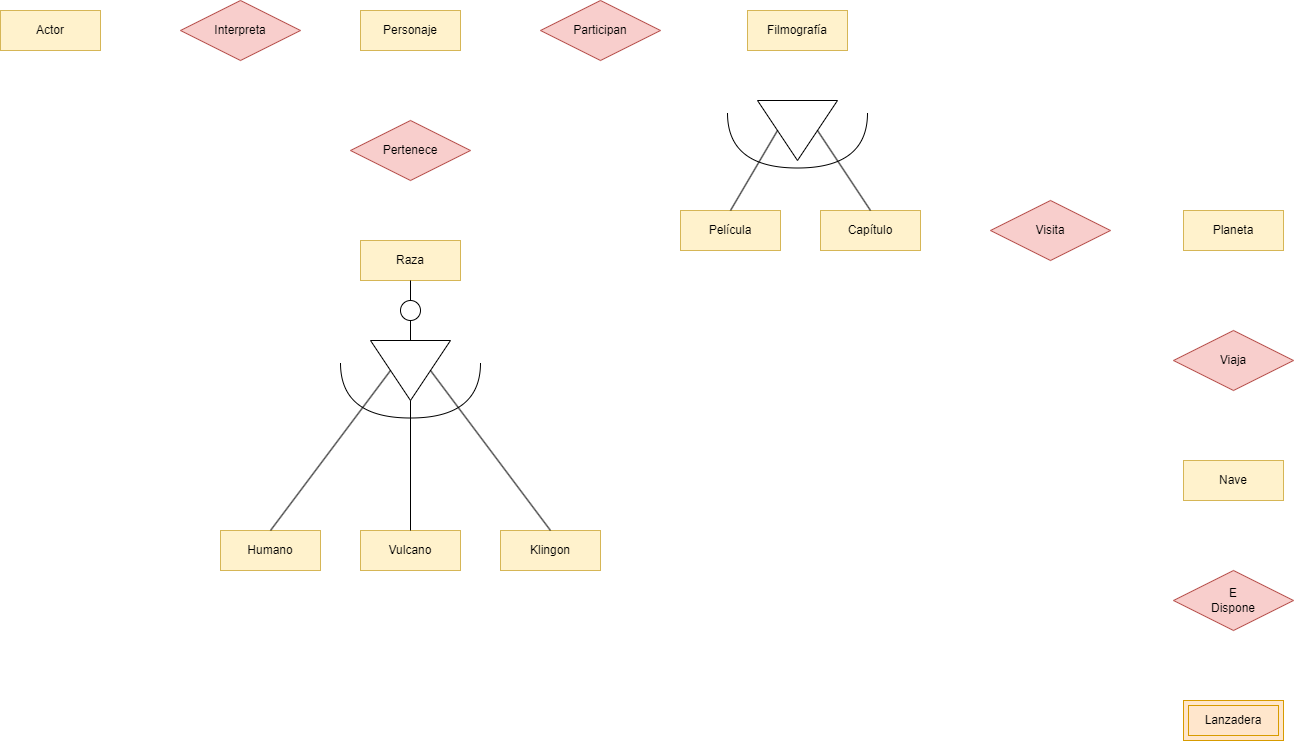
This is TAREAS/Tarea4/ER.StarTrek.drawio.png from samugd17/base-datos-bae-, a draw.io export, as it was before one commit. Source tidied: cells renumbered, new cells last; positions are measured from the earlier drawing's top-left corner, leaving out a move shared by most shapes.
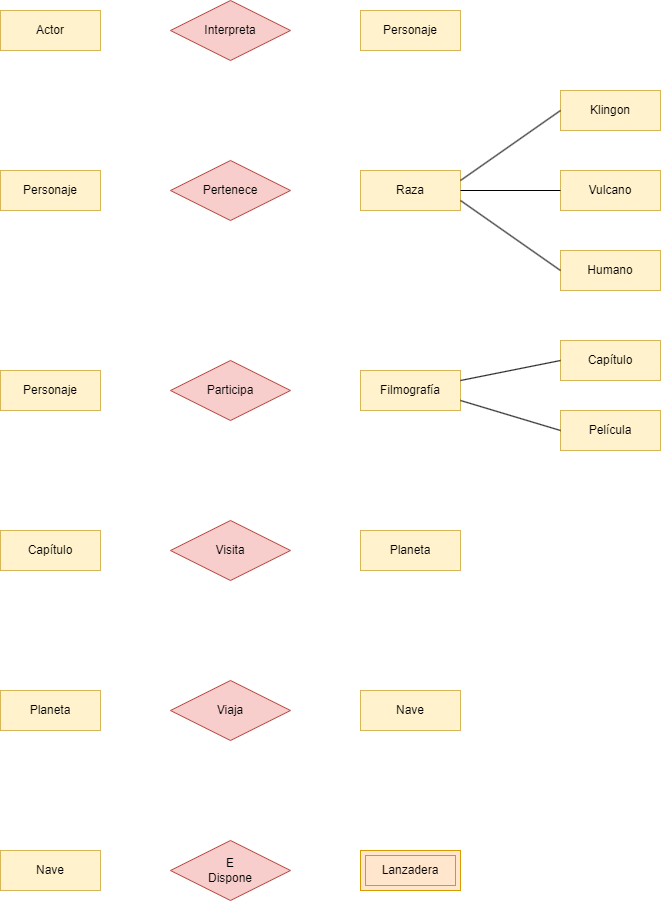
The same diagram one commit later.

Change to the diagram source:
```diff
@@ -2,95 +2,89 @@
   <root>
     <mxCell id="0" />
     <mxCell id="1" parent="0" />
-    <mxCell id="2" value="Actor" style="whiteSpace=wrap;html=1;align=center;fillColor=#fff2cc;strokeColor=#d6b656;" parent="1" vertex="1">
-      <mxGeometry y="10" width="100" height="40" as="geometry" />
-    </mxCell>
-    <mxCell id="3" value="Personaje" style="whiteSpace=wrap;html=1;align=center;fillColor=#fff2cc;strokeColor=#d6b656;" parent="1" vertex="1">
-      <mxGeometry x="360" y="10" width="100" height="40" as="geometry" />
-    </mxCell>
     <mxCell id="4" value="Capítulo" style="whiteSpace=wrap;html=1;align=center;fillColor=#fff2cc;strokeColor=#d6b656;" parent="1" vertex="1">
-      <mxGeometry x="820" y="210" width="100" height="40" as="geometry" />
+      <mxGeometry x="560" y="60" width="100" height="40" as="geometry" />
     </mxCell>
     <mxCell id="5" value="Película" style="whiteSpace=wrap;html=1;align=center;fillColor=#fff2cc;strokeColor=#d6b656;" parent="1" vertex="1">
-      <mxGeometry x="680" y="210" width="100" height="40" as="geometry" />
+      <mxGeometry x="560" y="130" width="100" height="40" as="geometry" />
     </mxCell>
-    <mxCell id="6" value="Planeta" style="whiteSpace=wrap;html=1;align=center;fillColor=#fff2cc;strokeColor=#d6b656;" parent="1" vertex="1">
-      <mxGeometry x="1183" y="210" width="100" height="40" as="geometry" />
-    </mxCell>
+    <mxCell id="13" value="Lanzadera" style="shape=ext;margin=3;double=1;whiteSpace=wrap;html=1;align=center;fillColor=#ffe6cc;strokeColor=#d79b00;" parent="1" vertex="1">
+      <mxGeometry x="360" y="570" width="100" height="40" as="geometry" />
+    </mxCell>
+    <mxCell id="14" value="Nave" style="whiteSpace=wrap;html=1;align=center;fillColor=#fff2cc;strokeColor=#d6b656;" parent="1" vertex="1">
+      <mxGeometry x="360" y="410" width="100" height="40" as="geometry" />
+    </mxCell>
+    <mxCell id="15" value="E&lt;br&gt;Dispone" style="shape=rhombus;perimeter=rhombusPerimeter;whiteSpace=wrap;html=1;align=center;fillColor=#f8cecc;strokeColor=#b85450;" parent="1" vertex="1">
+      <mxGeometry x="170" y="560" width="120" height="60" as="geometry" />
+    </mxCell>
+    <mxCell id="24" value="Viaja" style="shape=rhombus;perimeter=rhombusPerimeter;whiteSpace=wrap;html=1;align=center;fillColor=#f8cecc;strokeColor=#b85450;" parent="1" vertex="1">
+      <mxGeometry x="170" y="400" width="120" height="60" as="geometry" />
+    </mxCell>
+    <mxCell id="25" value="Filmografía" style="whiteSpace=wrap;html=1;align=center;fillColor=#fff2cc;strokeColor=#d6b656;" parent="1" vertex="1">
+      <mxGeometry x="360" y="90" width="100" height="40" as="geometry" />
+    </mxCell>
+    <mxCell id="27" style="endArrow=none;html=1;rounded=0;exitX=0;exitY=0.5;exitDx=0;exitDy=0;entryX=1;entryY=0.75;entryDx=0;entryDy=0;" parent="1" edge="1" source="5" target="25">
+      <mxGeometry relative="1" as="geometry" />
+    </mxCell>
+    <mxCell id="28" style="endArrow=none;html=1;rounded=0;entryX=0;entryY=0.5;entryDx=0;entryDy=0;exitX=1;exitY=0.25;exitDx=0;exitDy=0;" parent="1" edge="1" source="25" target="4">
+      <mxGeometry relative="1" as="geometry" />
+    </mxCell>
+    <mxCell id="30" value="Participa" style="shape=rhombus;perimeter=rhombusPerimeter;whiteSpace=wrap;html=1;align=center;fillColor=#f8cecc;strokeColor=#b85450;" parent="1" vertex="1">
+      <mxGeometry x="170" y="80" width="120" height="60" as="geometry" />
+    </mxCell>
+    <mxCell id="2" value="Actor" style="whiteSpace=wrap;html=1;align=center;fillColor=#fff2cc;strokeColor=#d6b656;" parent="1" vertex="1">
+      <mxGeometry y="-270" width="100" height="40" as="geometry" />
+    </mxCell>
+    <mxCell id="32" value="Personaje" style="whiteSpace=wrap;html=1;align=center;fillColor=#fff2cc;strokeColor=#d6b656;" parent="1" vertex="1">
+      <mxGeometry x="360" y="-270" width="100" height="40" as="geometry" />
+    </mxCell>
     <mxCell id="7" value="Interpreta" style="shape=rhombus;perimeter=rhombusPerimeter;whiteSpace=wrap;html=1;align=center;fillColor=#f8cecc;strokeColor=#b85450;" parent="1" vertex="1">
-      <mxGeometry x="180" width="120" height="60" as="geometry" />
+      <mxGeometry x="170" y="-280" width="120" height="60" as="geometry" />
     </mxCell>
+    <mxCell id="33" value="Personaje" style="whiteSpace=wrap;html=1;align=center;fillColor=#fff2cc;strokeColor=#d6b656;" parent="1" vertex="1">
+      <mxGeometry y="-110" width="100" height="40" as="geometry" />
+    </mxCell>
     <mxCell id="8" value="Klingon" style="whiteSpace=wrap;html=1;align=center;fillColor=#fff2cc;strokeColor=#d6b656;" parent="1" vertex="1">
-      <mxGeometry x="500" y="530" width="100" height="40" as="geometry" />
+      <mxGeometry x="560" y="-190" width="100" height="40" as="geometry" />
     </mxCell>
     <mxCell id="9" value="Vulcano" style="whiteSpace=wrap;html=1;align=center;fillColor=#fff2cc;strokeColor=#d6b656;" parent="1" vertex="1">
-      <mxGeometry x="360" y="530" width="100" height="40" as="geometry" />
+      <mxGeometry x="560" y="-110" width="100" height="40" as="geometry" />
     </mxCell>
     <mxCell id="10" value="Humano" style="whiteSpace=wrap;html=1;align=center;fillColor=#fff2cc;strokeColor=#d6b656;" parent="1" vertex="1">
-      <mxGeometry x="220" y="530" width="100" height="40" as="geometry" />
+      <mxGeometry x="560" y="-30" width="100" height="40" as="geometry" />
     </mxCell>
     <mxCell id="11" value="Pertenece" style="shape=rhombus;perimeter=rhombusPerimeter;whiteSpace=wrap;html=1;align=center;fillColor=#f8cecc;strokeColor=#b85450;" parent="1" vertex="1">
-      <mxGeometry x="350" y="120" width="120" height="60" as="geometry" />
+      <mxGeometry x="170" y="-120" width="120" height="60" as="geometry" />
     </mxCell>
+    <mxCell id="16" value="Raza" style="whiteSpace=wrap;html=1;align=center;fillColor=#fff2cc;strokeColor=#d6b656;" parent="1" vertex="1">
+      <mxGeometry x="360" y="-110" width="100" height="40" as="geometry" />
+    </mxCell>
+    <mxCell id="34" style="endArrow=none;html=1;rounded=0;exitX=0;exitY=0.5;exitDx=0;exitDy=0;entryX=1;entryY=0.5;entryDx=0;entryDy=0;" parent="1" edge="1" source="9" target="16">
+      <mxGeometry relative="1" as="geometry" />
+    </mxCell>
+    <mxCell id="35" style="endArrow=none;html=1;rounded=0;entryX=1;entryY=0.75;entryDx=0;entryDy=0;exitX=0;exitY=0.5;exitDx=0;exitDy=0;" parent="1" edge="1" source="10" target="16">
+      <mxGeometry relative="1" as="geometry" />
+    </mxCell>
+    <mxCell id="36" style="endArrow=none;html=1;rounded=0;entryX=1;entryY=0.25;entryDx=0;entryDy=0;exitX=0;exitY=0.5;exitDx=0;exitDy=0;" parent="1" edge="1" source="8" target="16">
+      <mxGeometry relative="1" as="geometry" />
+    </mxCell>
+    <mxCell id="37" value="Personaje" style="whiteSpace=wrap;html=1;align=center;fillColor=#fff2cc;strokeColor=#d6b656;" parent="1" vertex="1">
+      <mxGeometry y="90" width="100" height="40" as="geometry" />
+    </mxCell>
+    <mxCell id="38" value="Capítulo" style="whiteSpace=wrap;html=1;align=center;fillColor=#fff2cc;strokeColor=#d6b656;" parent="1" vertex="1">
+      <mxGeometry y="250" width="100" height="40" as="geometry" />
+    </mxCell>
+    <mxCell id="39" value="Planeta" style="whiteSpace=wrap;html=1;align=center;fillColor=#fff2cc;strokeColor=#d6b656;" parent="1" vertex="1">
+      <mxGeometry x="360" y="250" width="100" height="40" as="geometry" />
+    </mxCell>
     <mxCell id="12" value="Visita" style="shape=rhombus;perimeter=rhombusPerimeter;whiteSpace=wrap;html=1;align=center;fillColor=#f8cecc;strokeColor=#b85450;" parent="1" vertex="1">
-      <mxGeometry x="990" y="200" width="120" height="60" as="geometry" />
+      <mxGeometry x="170" y="240" width="120" height="60" as="geometry" />
     </mxCell>
-    <mxCell id="13" value="Lanzadera" style="shape=ext;margin=3;double=1;whiteSpace=wrap;html=1;align=center;fillColor=#ffe6cc;strokeColor=#d79b00;" parent="1" vertex="1">
-      <mxGeometry x="1183" y="700" width="100" height="40" as="geometry" />
-    </mxCell>
-    <mxCell id="14" value="Nave" style="whiteSpace=wrap;html=1;align=center;fillColor=#fff2cc;strokeColor=#d6b656;" parent="1" vertex="1">
-      <mxGeometry x="1183" y="460" width="100" height="40" as="geometry" />
-    </mxCell>
-    <mxCell id="15" value="E&lt;br&gt;Dispone" style="shape=rhombus;perimeter=rhombusPerimeter;whiteSpace=wrap;html=1;align=center;fillColor=#f8cecc;strokeColor=#b85450;" parent="1" vertex="1">
-      <mxGeometry x="1173" y="570" width="120" height="60" as="geometry" />
-    </mxCell>
-    <mxCell id="16" value="Raza" style="whiteSpace=wrap;html=1;align=center;fillColor=#fff2cc;strokeColor=#d6b656;" parent="1" vertex="1">
-      <mxGeometry x="360" y="240" width="100" height="40" as="geometry" />
-    </mxCell>
-    <mxCell id="17" style="triangle;whiteSpace=wrap;html=1;rotation=90;" parent="1" vertex="1">
-      <mxGeometry x="380" y="330" width="60" height="80" as="geometry" />
-    </mxCell>
-    <mxCell id="18" style="ellipse;whiteSpace=wrap;html=1;" parent="1" vertex="1">
-      <mxGeometry x="400" y="300" width="20" height="20" as="geometry" />
-    </mxCell>
-    <mxCell id="19" style="endArrow=none;html=1;rounded=0;entryX=0.5;entryY=1;entryDx=0;entryDy=0;exitX=0.5;exitY=0;exitDx=0;exitDy=0;" parent="1" edge="1" source="18" target="16">
-      <mxGeometry relative="1" as="geometry" />
-    </mxCell>
-    <mxCell id="20" style="endArrow=none;html=1;rounded=0;entryX=0.5;entryY=1;entryDx=0;entryDy=0;exitX=0;exitY=0.5;exitDx=0;exitDy=0;" parent="1" edge="1" source="17" target="18">
-      <mxGeometry relative="1" as="geometry" />
-    </mxCell>
-    <mxCell id="21" style="endArrow=none;html=1;rounded=0;entryX=1;entryY=0.5;entryDx=0;entryDy=0;exitX=0.5;exitY=0;exitDx=0;exitDy=0;" parent="1" edge="1" source="9" target="17">
-      <mxGeometry relative="1" as="geometry" />
-    </mxCell>
-    <mxCell id="22" style="endArrow=none;html=1;rounded=0;entryX=0.5;entryY=0;entryDx=0;entryDy=0;exitX=0.5;exitY=0;exitDx=0;exitDy=0;" parent="1" edge="1" source="8" target="17">
-      <mxGeometry relative="1" as="geometry" />
-    </mxCell>
-    <mxCell id="23" style="endArrow=none;html=1;rounded=0;entryX=0.5;entryY=1;entryDx=0;entryDy=0;exitX=0.5;exitY=0;exitDx=0;exitDy=0;" parent="1" edge="1" source="10" target="17">
-      <mxGeometry relative="1" as="geometry" />
-    </mxCell>
-    <mxCell id="24" value="Viaja" style="shape=rhombus;perimeter=rhombusPerimeter;whiteSpace=wrap;html=1;align=center;fillColor=#f8cecc;strokeColor=#b85450;" parent="1" vertex="1">
-      <mxGeometry x="1173" y="330" width="120" height="60" as="geometry" />
-    </mxCell>
-    <mxCell id="25" value="Filmografía" style="whiteSpace=wrap;html=1;align=center;fillColor=#fff2cc;strokeColor=#d6b656;" parent="1" vertex="1">
-      <mxGeometry x="747" y="10" width="100" height="40" as="geometry" />
-    </mxCell>
-    <mxCell id="26" style="triangle;whiteSpace=wrap;html=1;rotation=90;" parent="1" vertex="1">
-      <mxGeometry x="767" y="90" width="60" height="80" as="geometry" />
-    </mxCell>
-    <mxCell id="27" style="endArrow=none;html=1;rounded=0;entryX=0.5;entryY=1;entryDx=0;entryDy=0;exitX=0.5;exitY=0;exitDx=0;exitDy=0;" parent="1" edge="1" source="5" target="26">
-      <mxGeometry relative="1" as="geometry" />
-    </mxCell>
-    <mxCell id="28" style="endArrow=none;html=1;rounded=0;entryX=0.5;entryY=0;entryDx=0;entryDy=0;exitX=0.5;exitY=0;exitDx=0;exitDy=0;" parent="1" edge="1" source="26" target="4">
-      <mxGeometry relative="1" as="geometry" />
-    </mxCell>
-    <mxCell id="29" style="shape=requiredInterface;html=1;verticalLabelPosition=bottom;sketch=0;rotation=90;" parent="1" vertex="1">
-      <mxGeometry x="382.5" y="320" width="55" height="140" as="geometry" />
-    </mxCell>
-    <mxCell id="30" value="Participan" style="shape=rhombus;perimeter=rhombusPerimeter;whiteSpace=wrap;html=1;align=center;fillColor=#f8cecc;strokeColor=#b85450;" parent="1" vertex="1">
-      <mxGeometry x="540" width="120" height="60" as="geometry" />
-    </mxCell>
-    <mxCell id="31" style="shape=requiredInterface;html=1;verticalLabelPosition=bottom;sketch=0;rotation=90;" parent="1" vertex="1">
-      <mxGeometry x="769.5" y="70" width="55" height="140" as="geometry" />
-    </mxCell>
+    <mxCell id="40" value="Planeta" style="whiteSpace=wrap;html=1;align=center;fillColor=#fff2cc;strokeColor=#d6b656;" parent="1" vertex="1">
+      <mxGeometry y="410" width="100" height="40" as="geometry" />
+    </mxCell>
+    <mxCell id="41" value="Nave" style="whiteSpace=wrap;html=1;align=center;fillColor=#fff2cc;strokeColor=#d6b656;" parent="1" vertex="1">
+      <mxGeometry y="570" width="100" height="40" as="geometry" />
+    </mxCell>
   </root>
 </mxGraphModel>
```
